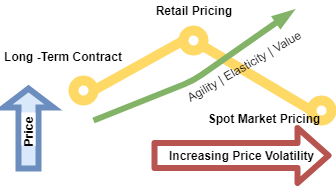
Earlier version of the draw.io export Cloud_pricing.png (miranda-zhang/draw.io). Source tidied: cells renumbered, new cells last; positions are measured from the earlier drawing's top-left corner, leaving out a move shared by most shapes.
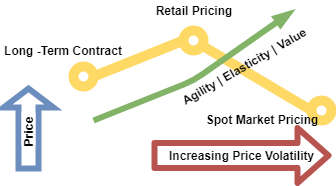
The same diagram one commit later.

Diff of the diagram source:
```diff
@@ -19,21 +19,21 @@
       <mxGeometry relative="1" as="geometry" />
     </mxCell>
     <mxCell id="6" style="ellipse;whiteSpace=wrap;html=1;fontSize=12;rounded=1;strokeColor=#FFD966;strokeWidth=10;labelBackgroundColor=#ffffff;spacing=0;endArrow=none;fontStyle=1;" parent="1" vertex="1">
-      <mxGeometry x="70" y="80" width="20" height="20" as="geometry" />
+      <mxGeometry x="70" y="66" width="20" height="20" as="geometry" />
     </mxCell>
     <mxCell id="7" style="ellipse;whiteSpace=wrap;html=1;fontSize=12;rounded=1;strokeColor=#FFD966;strokeWidth=10;labelBackgroundColor=#ffffff;spacing=0;endArrow=none;fontStyle=1;" parent="1" vertex="1">
       <mxGeometry x="308" y="100" width="20" height="20" as="geometry" />
     </mxCell>
-    <mxCell id="8" value="Agility | Elasticity | Value" style="text;html=1;strokeColor=none;fillColor=none;align=center;verticalAlign=middle;whiteSpace=wrap;rounded=0;fontSize=12;rotation=-30;" parent="1" vertex="1">
+    <mxCell id="8" value="Agility | Elasticity | Value" style="text;html=1;strokeColor=none;fillColor=none;align=center;verticalAlign=middle;whiteSpace=wrap;rounded=0;fontSize=12;rotation=-30;fontStyle=1;" parent="1" vertex="1">
       <mxGeometry x="165" y="56" width="150" height="20" as="geometry" />
     </mxCell>
     <mxCell id="9" value="Long -Term Contract" style="text;html=1;strokeColor=none;fillColor=none;align=center;verticalAlign=middle;whiteSpace=wrap;rounded=0;fontSize=12;fontStyle=1;" parent="1" vertex="1">
-      <mxGeometry y="46" width="120" height="20" as="geometry" />
+      <mxGeometry y="40" width="120" height="20" as="geometry" />
     </mxCell>
-    <mxCell id="10" style="group;" parent="1" vertex="1">
+    <mxCell id="10" style="group;fontStyle=1;" parent="1" vertex="1">
       <mxGeometry y="88" width="328" height="80" as="geometry" />
     </mxCell>
-    <mxCell id="11" value="Price&amp;nbsp;" style="html=1;align=center;verticalAlign=middle;shape=mxgraph.arrows2.arrow;dy=0.6;dx=19;direction=north;notch=0;flipV=0;horizontal=0;fontSize=12;fontStyle=1;rounded=1;labelBackgroundColor=#ffffff;endArrow=classic;endSize=8.33;strokeColor=#6c8ebf;strokeWidth=6;fillColor=#dae8fc;" parent="10" vertex="1">
+    <mxCell id="11" value="Price&amp;nbsp;" style="html=1;align=center;verticalAlign=middle;shape=mxgraph.arrows2.arrow;dy=0.6;dx=19;direction=north;notch=0;flipV=0;horizontal=0;fontSize=12;fontStyle=1;rounded=1;labelBackgroundColor=#ffffff;endArrow=classic;endSize=8.33;strokeColor=#6c8ebf;strokeWidth=6;fillColor=#FFFFFF;" parent="10" vertex="1">
       <mxGeometry width="50" height="80" as="geometry" />
     </mxCell>
     <mxCell id="12" value="Increasing Price Volatility" style="shape=flexArrow;endArrow=classic;html=1;endWidth=24;endSize=8.33;width=20;fontSize=12;fontStyle=1;fillColor=#FFFFFF;strokeColor=#b85450;strokeWidth=6;" parent="10" edge="1">
@@ -42,13 +42,13 @@
         <mxPoint x="328" y="67" as="targetPoint" />
       </mxGeometry>
     </mxCell>
-    <mxCell id="13" style="group;" parent="1" vertex="1">
+    <mxCell id="13" style="group;fontStyle=1;" parent="1" vertex="1">
       <mxGeometry x="140" width="100" height="70" as="geometry" />
     </mxCell>
     <mxCell id="14" value="Retail Pricing" style="text;html=1;strokeColor=none;fillColor=none;align=center;verticalAlign=middle;whiteSpace=wrap;rounded=0;fontSize=12;fontStyle=1;" parent="13" vertex="1">
       <mxGeometry width="100" height="20" as="geometry" />
     </mxCell>
-    <mxCell id="15" style="endArrow=blockThin;html=1;strokeColor=#82b366;strokeWidth=6;fillColor=#d5e8d4;fontSize=12;endFill=1;" parent="13" edge="1">
+    <mxCell id="15" style="endArrow=blockThin;html=1;strokeColor=#82b366;strokeWidth=6;fillColor=#d5e8d4;fontSize=12;endFill=1;fontStyle=1;" parent="13" edge="1">
       <mxGeometry relative="1" as="geometry">
         <mxPoint x="-50" y="120" as="sourcePoint" />
         <mxPoint x="150" y="10" as="targetPoint" />
@@ -58,7 +58,7 @@
       </mxGeometry>
     </mxCell>
     <mxCell id="16" value="Spot Market Pricing" style="text;html=1;strokeColor=none;fillColor=none;align=center;verticalAlign=middle;whiteSpace=wrap;rounded=0;fontSize=12;fontStyle=1;" parent="1" vertex="1">
-      <mxGeometry x="200" y="106" width="120" height="24" as="geometry" />
+      <mxGeometry x="198" y="107" width="120" height="24" as="geometry" />
     </mxCell>
   </root>
 </mxGraphModel>
```
